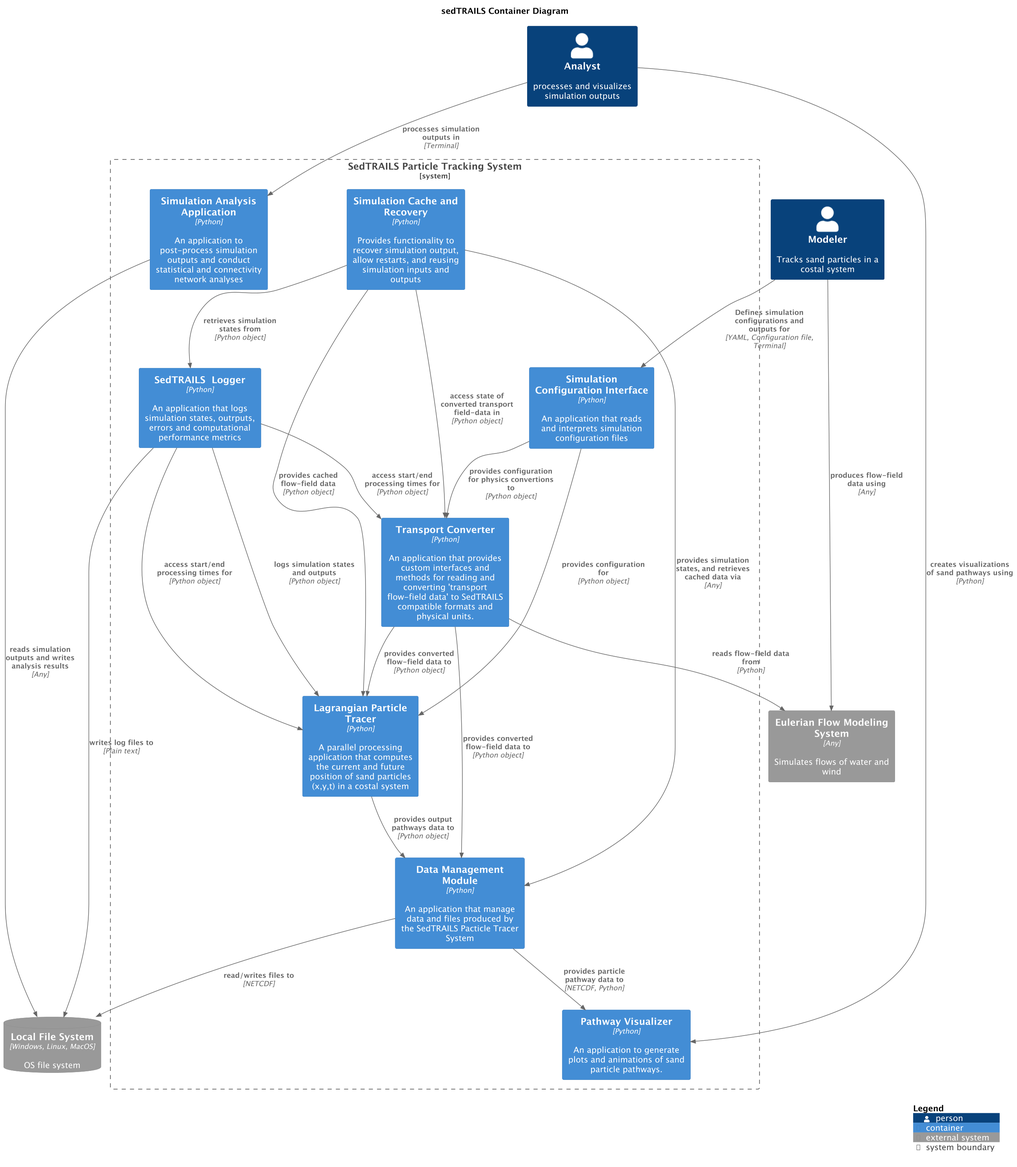
This is docs/_static/img/architecture/SedtrailContainer.png from sgpearson17/sedtrails-sgp, a PlantUML export, as it was before one commit.
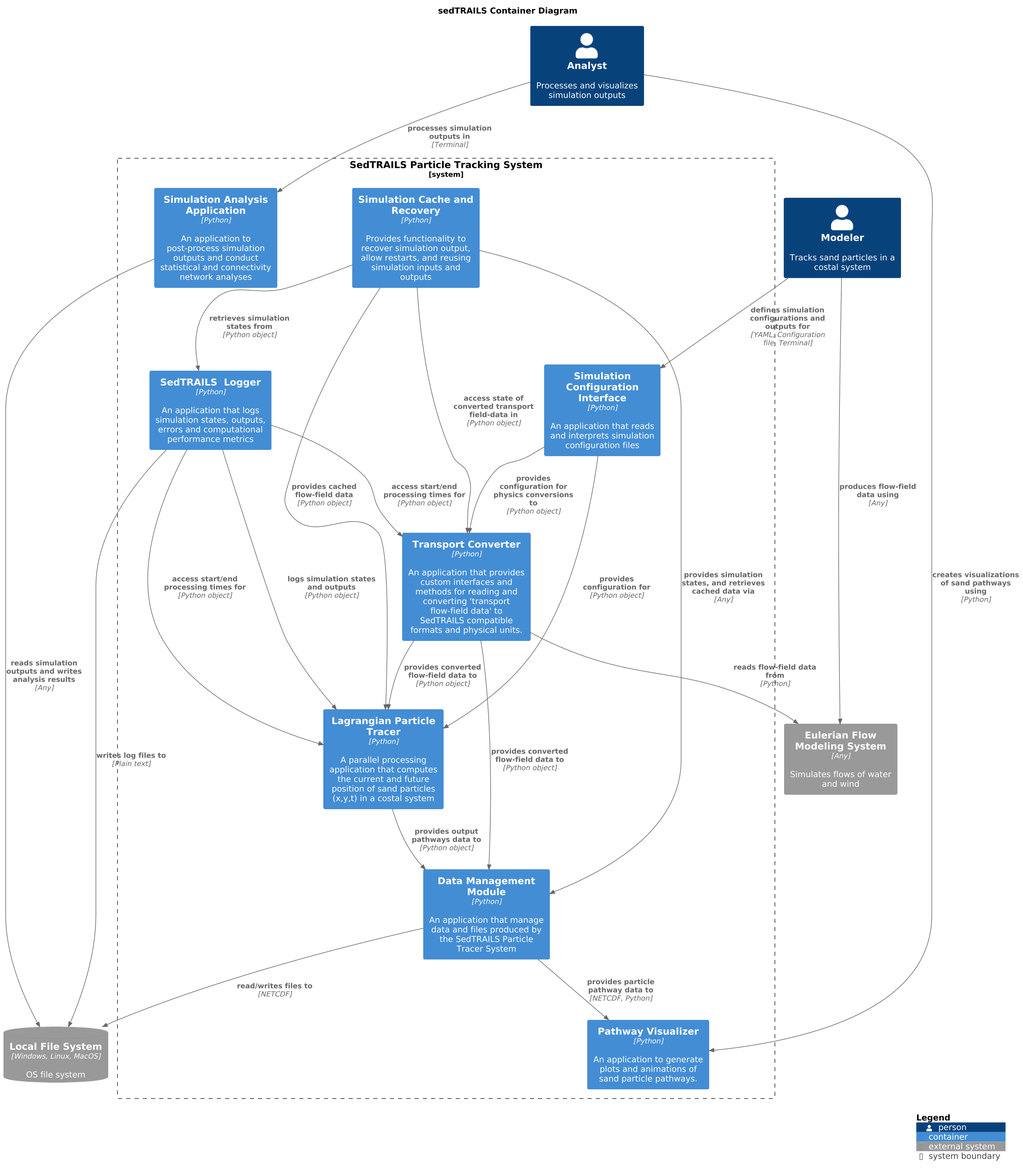
After the change.

Diff of the diagram source:
```diff
@@ -5,16 +5,16 @@
 scale 1.5
 
 Person(modeler, "Modeler", "Tracks sand particles in a costal system")
-Person(analyst, "Analyst", "processes and visualizes simulation outputs")
+Person(analyst, "Analyst", "Processes and visualizes simulation outputs")
 
 System_Boundary(sedtrailsSystem, "SedTRAILS Particle Tracking System"){
     Container(sedtrailsTracer, "Lagrangian Particle Tracer", "Python", "A parallel processing application that computes the current and future position of sand particles (x,y,t) in a costal system")
     Container(configInterface, "Simulation Configuration Interface", "Python", "An application that reads and interprets simulation configuration files")
-    Container(sedtrailsLogger, "SedTRAILS  Logger", "Python", "An application that logs simulation states, outrputs, errors and computational performance metrics")
+    Container(sedtrailsLogger, "SedTRAILS  Logger", "Python", "An application that logs simulation states, outputs, errors and computational performance metrics")
     Container(transportConverter, "Transport Converter", "Python", "An application that provides custom interfaces and methods for reading and converting 'transport flow-field data' to SedTRAILS compatible formats and physical units.")
     Container(pathwayVisualizer, "Pathway Visualizer", "Python", "An application to generate plots and animations of sand particle pathways.")
     Container(cache, "Simulation Cache and Recovery", "Python", "Provides functionality to recover simulation output, allow restarts, and reusing simulation inputs and outputs")
-    Container(dataManager, "Data Management Module", "Python", "An application that manage data and files produced by the SedTRAILS Pacticle Tracer System")
+    Container(dataManager, "Data Management Module", "Python", "An application that manage data and files produced by the SedTRAILS Particle Tracer System")
     Container(analystApp, "Simulation Analysis Application", "Python", "An application to post-process simulation outputs and conduct statistical and connectivity network analyses")
 
     Rel(sedtrailsLogger, transportConverter, "access start/end processing times for", "Python object")
@@ -24,7 +24,7 @@
     Rel(sedtrailsLogger, sedtrailsTracer, "logs simulation states and outputs", "Python object")
     Rel(cache, sedtrailsTracer, "provides cached flow-field data", "Python object")
     Rel(cache, transportConverter, "access state of converted transport field-data in", "Python object")
-    Rel(configInterface, transportConverter, "provides configuration for physics convertions to", "Python object")
+    Rel(configInterface, transportConverter, "provides configuration for physics conversions to", "Python object")
     Rel(configInterface, sedtrailsTracer, "provides configuration for", "Python object")
     Rel(sedtrailsTracer, dataManager, "provides output pathways data to", "Python object")
     Rel(transportConverter, dataManager, "provides converted flow-field data to", "Python object")
@@ -36,7 +36,7 @@
 SystemDb_Ext(fileSystem, "Local File System", "OS file system", $type="Windows, Linux, MacOS")
 
 Rel(dataManager, fileSystem, "read/writes files to", "NETCDF")
-Rel(modeler, configInterface, "Defines simulation configurations and outputs for", "YAML, Configuration file, Terminal")
+Rel(modeler, configInterface, "defines simulation configurations and outputs for", "YAML, Configuration file, Terminal")
 
 Rel(analyst, pathwayVisualizer, "creates visualizations of sand pathways using", "Python")
 Rel(analyst, analystApp, "processes simulation outputs in", "Terminal")
```
